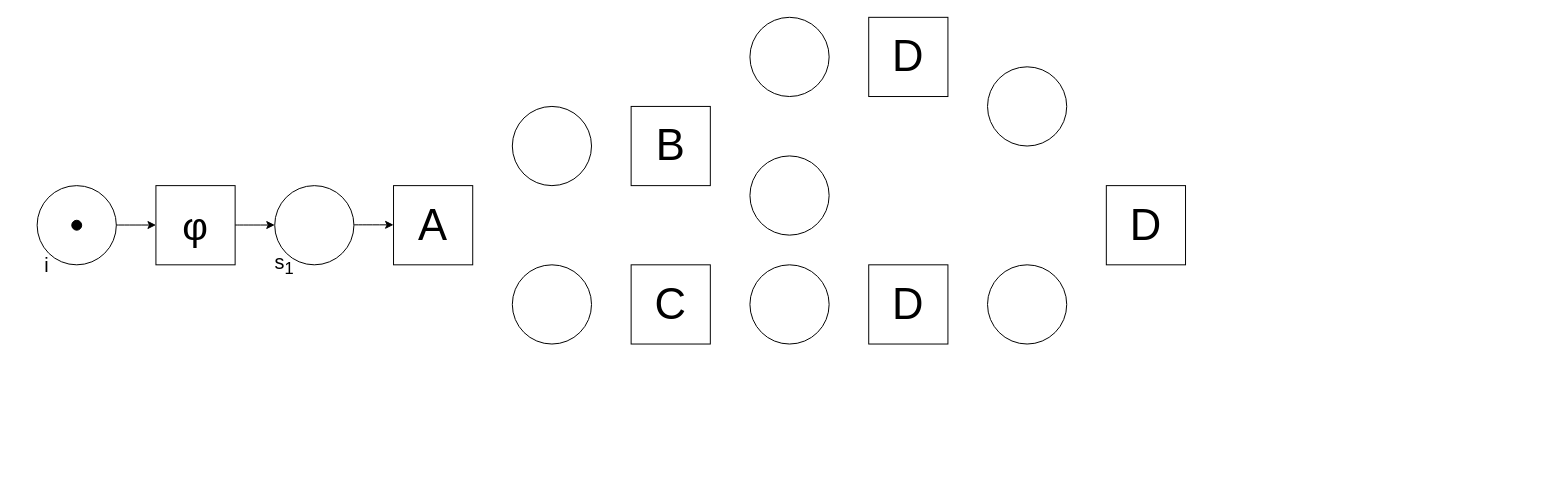
This is SynchroGraph.drawio from Marakil/BA_Bilder, a draw.io file, before an edit. Source tidied: cells renumbered, new cells numbered last; positions are measured from the earlier drawing's top-left corner, leaving out a move shared by most shapes. Both pictures are drawn from the tidied source at 99%, with x=0, y=0 at pixel (17, 17).
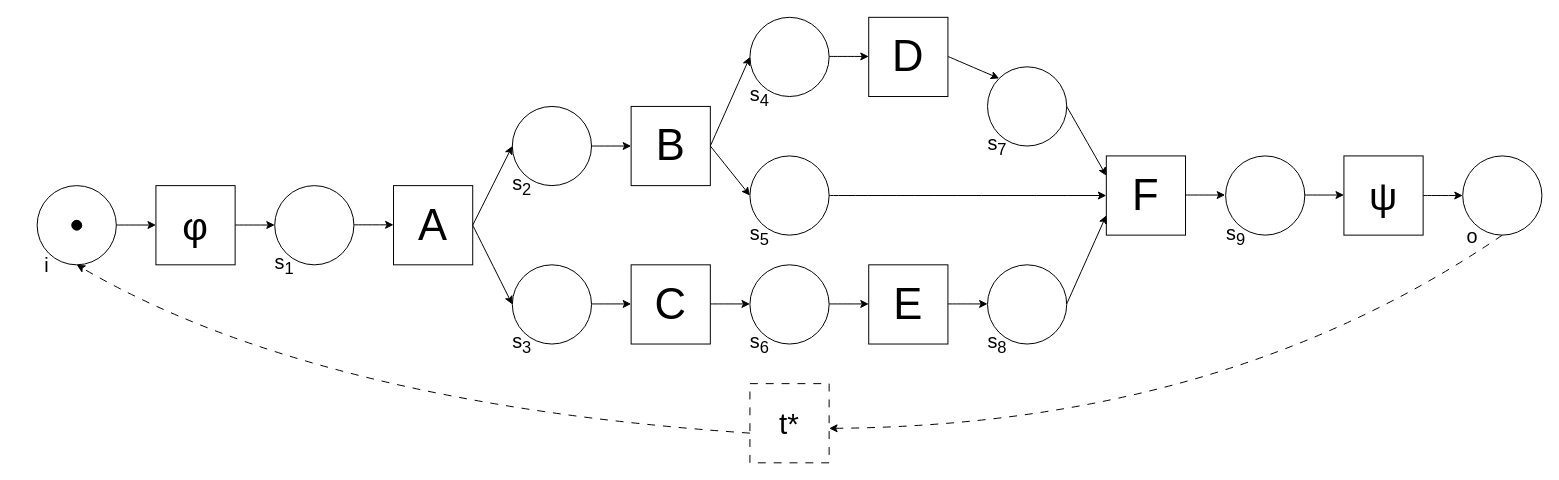
After the change.

Unchanged cells that the change refers to:
```xml
<mxCell id="2" style="ellipse;whiteSpace=wrap;html=1;" parent="1" vertex="1">
  <mxGeometry x="20" y="170" width="80" height="80" as="geometry" />
</mxCell>
<mxCell id="10" value="A" style="rounded=0;whiteSpace=wrap;html=1;fontSize=44;" parent="1" vertex="1">
  <mxGeometry x="380" y="170" width="80" height="80" as="geometry" />
</mxCell>
<mxCell id="12" style="ellipse;whiteSpace=wrap;html=1;" parent="1" vertex="1">
  <mxGeometry x="740" width="80" height="80" as="geometry" />
</mxCell>
<mxCell id="14" style="ellipse;whiteSpace=wrap;html=1;" parent="1" vertex="1">
  <mxGeometry x="500" y="250" width="80" height="80" as="geometry" />
</mxCell>
<mxCell id="15" style="ellipse;whiteSpace=wrap;html=1;" parent="1" vertex="1">
  <mxGeometry x="500" y="90" width="80" height="80" as="geometry" />
</mxCell>
<mxCell id="16" value="B" style="rounded=0;whiteSpace=wrap;html=1;fontSize=44;" parent="1" vertex="1">
  <mxGeometry x="620" y="90" width="80" height="80" as="geometry" />
</mxCell>
<mxCell id="18" style="ellipse;whiteSpace=wrap;html=1;" parent="1" vertex="1">
  <mxGeometry x="740" y="140" width="80" height="80" as="geometry" />
</mxCell>
<mxCell id="20" style="ellipse;whiteSpace=wrap;html=1;" parent="1" vertex="1">
  <mxGeometry x="980" y="50" width="80" height="80" as="geometry" />
</mxCell>
```

What changed in the source:
```diff
@@
-    <mxCell id="21" value="D" style="rounded=0;whiteSpace=wrap;html=1;fontSize=44;" parent="1" vertex="1">
-      <mxGeometry x="1100" y="170" width="80" height="80" as="geometry" />
+    <mxCell id="21" value="F" style="rounded=0;whiteSpace=wrap;html=1;fontSize=44;" parent="1" vertex="1">
+      <mxGeometry x="1100" y="140" width="80" height="80" as="geometry" />
     </mxCell>
-    <mxCell id="22" value="D" style="rounded=0;whiteSpace=wrap;html=1;fontSize=44;" parent="1" vertex="1">
+    <mxCell id="22" value="E" style="rounded=0;whiteSpace=wrap;html=1;fontSize=44;" parent="1" vertex="1">
       <mxGeometry x="860" y="250" width="80" height="80" as="geometry" />
     </mxCell>
@@
+    <mxCell id="24" style="endArrow=classic;html=1;rounded=0;curved=1;exitX=1;exitY=0.5;exitDx=0;exitDy=0;entryX=0;entryY=0.5;entryDx=0;entryDy=0;" parent="1" edge="1" source="10" target="15">
+      <mxGeometry relative="1" as="geometry" />
+    </mxCell>
+    <mxCell id="25" style="endArrow=classic;html=1;rounded=0;curved=1;entryX=0;entryY=0.5;entryDx=0;entryDy=0;" parent="1" edge="1" target="14">
+      <mxGeometry relative="1" as="geometry">
+        <mxPoint x="460" y="210" as="sourcePoint" />
+      </mxGeometry>
+    </mxCell>
+    <mxCell id="26" style="endArrow=classic;html=1;rounded=0;curved=1;exitX=1;exitY=0.5;exitDx=0;exitDy=0;" parent="1" edge="1">
+      <mxGeometry relative="1" as="geometry">
+        <mxPoint x="580" y="289.5" as="sourcePoint" />
+        <mxPoint x="620" y="289.5" as="targetPoint" />
+      </mxGeometry>
+    </mxCell>
+    <mxCell id="27" style="endArrow=classic;html=1;rounded=0;curved=1;exitX=1;exitY=0.5;exitDx=0;exitDy=0;" parent="1" edge="1">
+      <mxGeometry relative="1" as="geometry">
+        <mxPoint x="580" y="130" as="sourcePoint" />
+        <mxPoint x="620" y="130" as="targetPoint" />
+      </mxGeometry>
+    </mxCell>
+    <mxCell id="28" style="endArrow=classic;html=1;rounded=0;curved=1;exitX=1;exitY=0.5;exitDx=0;exitDy=0;" parent="1" edge="1">
+      <mxGeometry relative="1" as="geometry">
+        <mxPoint x="700" y="289.5" as="sourcePoint" />
+        <mxPoint x="740" y="289.5" as="targetPoint" />
+      </mxGeometry>
+    </mxCell>
+    <mxCell id="29" style="endArrow=classic;html=1;rounded=0;curved=1;exitX=1;exitY=0.5;exitDx=0;exitDy=0;" parent="1" edge="1">
+      <mxGeometry relative="1" as="geometry">
+        <mxPoint x="820" y="289.5" as="sourcePoint" />
+        <mxPoint x="860" y="289.5" as="targetPoint" />
+      </mxGeometry>
+    </mxCell>
+    <mxCell id="30" style="endArrow=classic;html=1;rounded=0;curved=1;exitX=1;exitY=0.5;exitDx=0;exitDy=0;" parent="1" edge="1">
+      <mxGeometry relative="1" as="geometry">
+        <mxPoint x="940" y="289.5" as="sourcePoint" />
+        <mxPoint x="980" y="289.5" as="targetPoint" />
+      </mxGeometry>
+    </mxCell>
+    <mxCell id="31" style="endArrow=classic;html=1;rounded=0;curved=1;exitX=1;exitY=0.5;exitDx=0;exitDy=0;entryX=0;entryY=0.5;entryDx=0;entryDy=0;" parent="1" edge="1" source="16" target="18">
+      <mxGeometry relative="1" as="geometry" />
+    </mxCell>
+    <mxCell id="32" style="endArrow=classic;html=1;rounded=0;curved=1;exitX=1;exitY=0.5;exitDx=0;exitDy=0;entryX=0;entryY=0.5;entryDx=0;entryDy=0;" parent="1" edge="1" source="16" target="12">
+      <mxGeometry relative="1" as="geometry" />
+    </mxCell>
+    <mxCell id="33" style="endArrow=classic;html=1;rounded=0;curved=1;exitX=1;exitY=0.5;exitDx=0;exitDy=0;" parent="1" edge="1">
+      <mxGeometry relative="1" as="geometry">
+        <mxPoint x="820" y="39.5" as="sourcePoint" />
+        <mxPoint x="860" y="39.5" as="targetPoint" />
+      </mxGeometry>
+    </mxCell>
+    <mxCell id="34" style="endArrow=classic;html=1;rounded=0;curved=1;exitX=1;exitY=0.5;exitDx=0;exitDy=0;entryX=0;entryY=0.5;entryDx=0;entryDy=0;" parent="1" edge="1" source="18" target="21">
+      <mxGeometry relative="1" as="geometry" />
+    </mxCell>
+    <mxCell id="35" style="endArrow=classic;html=1;rounded=0;curved=1;exitX=1;exitY=0.5;exitDx=0;exitDy=0;entryX=0;entryY=0;entryDx=0;entryDy=0;" parent="1" edge="1" target="20">
+      <mxGeometry relative="1" as="geometry">
+        <mxPoint x="940" y="39.5" as="sourcePoint" />
+      </mxGeometry>
+    </mxCell>
+    <mxCell id="36" style="endArrow=classic;html=1;rounded=0;curved=1;exitX=1;exitY=0.5;exitDx=0;exitDy=0;entryX=0;entryY=0.25;entryDx=0;entryDy=0;" parent="1" edge="1" source="20" target="21">
+      <mxGeometry relative="1" as="geometry" />
+    </mxCell>
+    <mxCell id="37" style="endArrow=classic;html=1;rounded=0;curved=1;exitX=1;exitY=0.5;exitDx=0;exitDy=0;entryX=0;entryY=0.75;entryDx=0;entryDy=0;" parent="1" edge="1" target="21">
+      <mxGeometry relative="1" as="geometry">
+        <mxPoint x="1060" y="289.5" as="sourcePoint" />
+      </mxGeometry>
+    </mxCell>
+    <mxCell id="38" style="ellipse;whiteSpace=wrap;html=1;" parent="1" vertex="1">
+      <mxGeometry x="1220.5" y="140" width="80" height="80" as="geometry" />
+    </mxCell>
+    <mxCell id="39" value="ψ" style="rounded=0;whiteSpace=wrap;html=1;fontSize=40;" parent="1" vertex="1">
+      <mxGeometry x="1340" y="140" width="80" height="80" as="geometry" />
+    </mxCell>
+    <mxCell id="40" style="endArrow=classic;html=1;rounded=0;curved=1;exitX=1;exitY=0.5;exitDx=0;exitDy=0;" parent="1" edge="1" source="39">
+      <mxGeometry relative="1" as="geometry">
+        <mxPoint x="1460" y="180" as="targetPoint" />
+      </mxGeometry>
+    </mxCell>
+    <mxCell id="41" style="ellipse;whiteSpace=wrap;html=1;" parent="1" vertex="1">
+      <mxGeometry x="1460" y="140" width="80" height="80" as="geometry" />
+    </mxCell>
+    <mxCell id="42" style="endArrow=classic;html=1;rounded=0;curved=1;exitX=1;exitY=0.5;exitDx=0;exitDy=0;" parent="1" edge="1">
+      <mxGeometry relative="1" as="geometry">
+        <mxPoint x="1180" y="179.5" as="sourcePoint" />
+        <mxPoint x="1220" y="179.5" as="targetPoint" />
+      </mxGeometry>
+    </mxCell>
+    <mxCell id="43" style="endArrow=classic;html=1;rounded=0;curved=1;exitX=1;exitY=0.5;exitDx=0;exitDy=0;" parent="1" edge="1">
+      <mxGeometry relative="1" as="geometry">
+        <mxPoint x="1300" y="179.5" as="sourcePoint" />
+        <mxPoint x="1340" y="179.5" as="targetPoint" />
+      </mxGeometry>
+    </mxCell>
+    <mxCell id="44" value="t*" style="rounded=0;whiteSpace=wrap;html=1;dashed=1;dashPattern=8 8;fontSize=30;" parent="1" vertex="1">
+      <mxGeometry x="740" y="370" width="80" height="80" as="geometry" />
+    </mxCell>
+    <mxCell id="45" style="endArrow=classic;html=1;rounded=0;curved=1;entryX=1;entryY=0.5;entryDx=0;entryDy=0;exitX=0.5;exitY=1;exitDx=0;exitDy=0;dashed=1;dashPattern=8 8;" parent="1" edge="1" source="41">
+      <mxGeometry relative="1" as="geometry">
+        <mxPoint x="820" y="415.2" as="targetPoint" />
+        <Array as="points">
+          <mxPoint x="1220" y="411.7" />
+        </Array>
+      </mxGeometry>
+    </mxCell>
+    <mxCell id="46" style="endArrow=classic;html=1;rounded=0;curved=1;entryX=0.5;entryY=1;entryDx=0;entryDy=0;exitX=0;exitY=1;exitDx=0;exitDy=0;dashed=1;dashPattern=8 8;" parent="1" edge="1" target="2">
+      <mxGeometry relative="1" as="geometry">
+        <mxPoint x="740" y="420" as="sourcePoint" />
+        <Array as="points">
+          <mxPoint x="300" y="390" />
+        </Array>
+      </mxGeometry>
+    </mxCell>
+    <mxCell id="47" value="s&lt;sub&gt;2&lt;/sub&gt;" style="text;html=1;strokeColor=none;fillColor=none;align=center;verticalAlign=middle;whiteSpace=wrap;rounded=0;fontSize=20;" parent="1" vertex="1">
+      <mxGeometry x="480" y="150" width="60" height="40" as="geometry" />
+    </mxCell>
+    <mxCell id="48" value="s&lt;sub&gt;3&lt;/sub&gt;" style="text;html=1;strokeColor=none;fillColor=none;align=center;verticalAlign=middle;whiteSpace=wrap;rounded=0;fontSize=20;" parent="1" vertex="1">
+      <mxGeometry x="480" y="310" width="60" height="40" as="geometry" />
+    </mxCell>
+    <mxCell id="49" value="s&lt;sub&gt;6&lt;/sub&gt;" style="text;html=1;strokeColor=none;fillColor=none;align=center;verticalAlign=middle;whiteSpace=wrap;rounded=0;fontSize=20;" parent="1" vertex="1">
+      <mxGeometry x="720" y="310" width="60" height="40" as="geometry" />
+    </mxCell>
+    <mxCell id="50" value="s&lt;sub&gt;5&lt;/sub&gt;" style="text;html=1;strokeColor=none;fillColor=none;align=center;verticalAlign=middle;whiteSpace=wrap;rounded=0;fontSize=20;" parent="1" vertex="1">
+      <mxGeometry x="720" y="200" width="60" height="40" as="geometry" />
+    </mxCell>
+    <mxCell id="51" value="s&lt;sub&gt;4&lt;/sub&gt;" style="text;html=1;strokeColor=none;fillColor=none;align=center;verticalAlign=middle;whiteSpace=wrap;rounded=0;fontSize=20;" parent="1" vertex="1">
+      <mxGeometry x="720" y="60" width="60" height="40" as="geometry" />
+    </mxCell>
+    <mxCell id="52" value="s&lt;sub&gt;7&lt;/sub&gt;" style="text;html=1;strokeColor=none;fillColor=none;align=center;verticalAlign=middle;whiteSpace=wrap;rounded=0;fontSize=20;" parent="1" vertex="1">
+      <mxGeometry x="960" y="110" width="60" height="40" as="geometry" />
+    </mxCell>
+    <mxCell id="53" value="s&lt;sub&gt;8&lt;/sub&gt;" style="text;html=1;strokeColor=none;fillColor=none;align=center;verticalAlign=middle;whiteSpace=wrap;rounded=0;fontSize=20;" parent="1" vertex="1">
+      <mxGeometry x="960" y="310" width="60" height="40" as="geometry" />
+    </mxCell>
+    <mxCell id="54" value="s&lt;sub&gt;9&lt;/sub&gt;" style="text;html=1;strokeColor=none;fillColor=none;align=center;verticalAlign=middle;whiteSpace=wrap;rounded=0;fontSize=20;" parent="1" vertex="1">
+      <mxGeometry x="1201" y="200" width="60" height="40" as="geometry" />
+    </mxCell>
+    <mxCell id="55" value="o" style="text;html=1;strokeColor=none;fillColor=none;align=center;verticalAlign=middle;whiteSpace=wrap;rounded=0;fontSize=20;" parent="1" vertex="1">
+      <mxGeometry x="1440" y="200" width="60" height="40" as="geometry" />
+    </mxCell>
```
